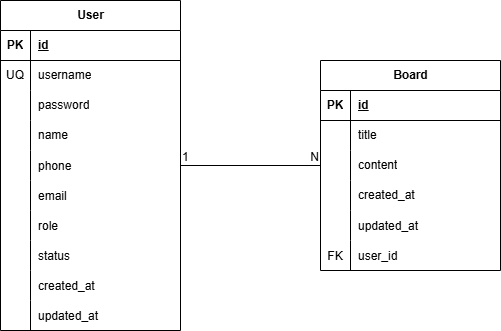
The draw.io diagram image/javaMiniProjectDB.drawio.png in haechan419/Java_Mini_Project, before a commit. Source tidied: cells renumbered, new cells last; positions are measured from the earlier drawing's top-left corner, leaving out a move shared by most shapes.
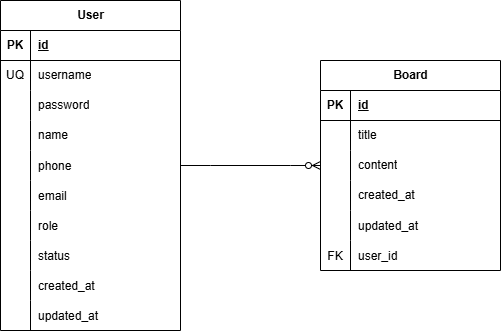
Later version of the same file.

Diff of the diagram source:
```diff
@@ -152,14 +152,8 @@
     <mxCell id="51" value="user_id" style="shape=partialRectangle;fillColor=none;top=0;left=0;bottom=0;right=0;align=left;spacingLeft=6;overflow=hidden;" parent="49" vertex="1">
       <mxGeometry x="30" width="150" height="30" as="geometry" />
     </mxCell>
-    <mxCell id="52" style="endArrow=none;html=1;rounded=0;" parent="1" edge="1" source="2" target="33">
+    <mxCell id="52" style="edgeStyle=entityRelationEdgeStyle;fontSize=12;html=1;endArrow=ERzeroToMany;endFill=1;rounded=0;" parent="1" edge="1" source="2" target="33">
       <mxGeometry relative="1" as="geometry" />
     </mxCell>
-    <mxCell id="53" value="1" style="html=1;whiteSpace=wrap;align=left;verticalAlign=bottom;" parent="52" vertex="1">
-      <mxGeometry x="-1" relative="1" as="geometry" />
-    </mxCell>
-    <mxCell id="54" value="N" style="html=1;whiteSpace=wrap;align=right;verticalAlign=bottom;" parent="52" vertex="1">
-      <mxGeometry x="1" relative="1" as="geometry" />
-    </mxCell>
   </root>
 </mxGraphModel>
```
